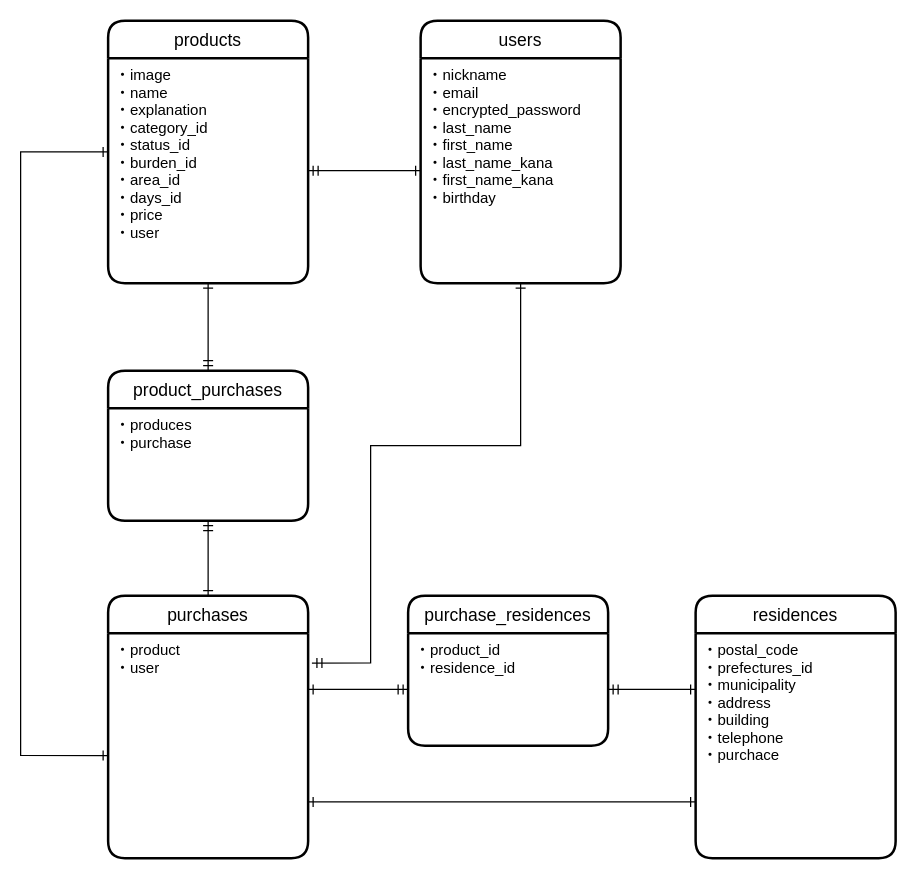
Above: furima.dio in kaito121855/furima-31701 (draw.io), before the change. Source tidied: cells renumbered, new cells numbered last; positions are measured from the earlier drawing's top-left corner, leaving out a move shared by most shapes. Both pictures are drawn from the tidied source at 125%, with x=0, y=0 at pixel (20, 20).
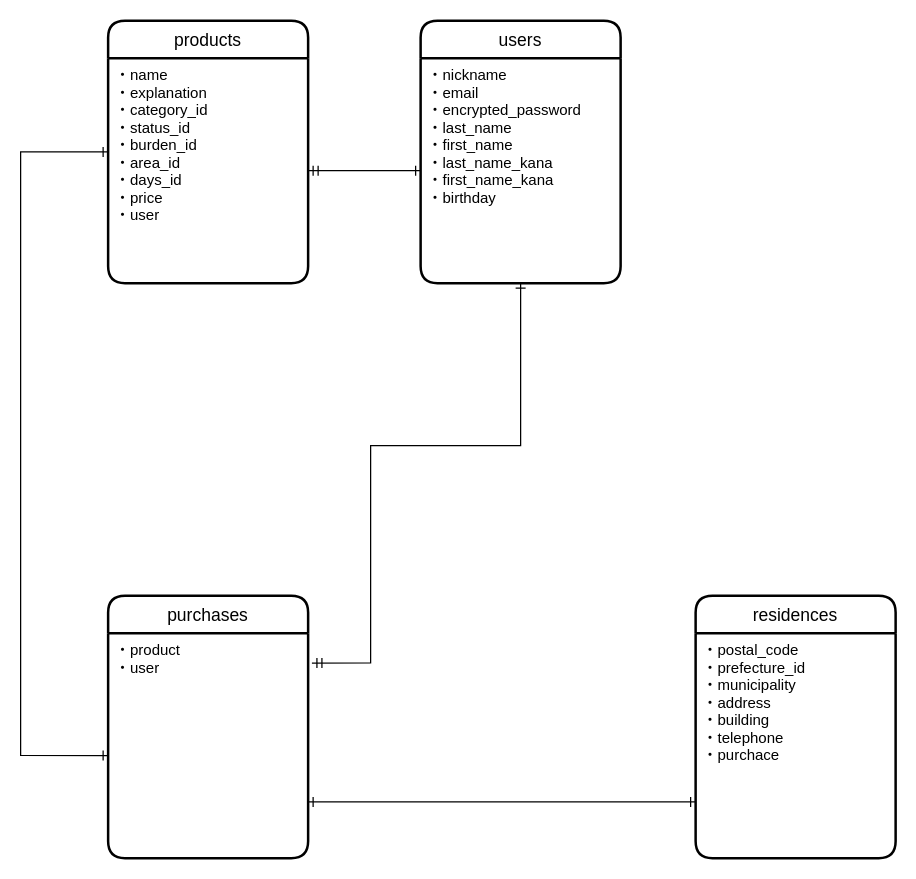
The same diagram, later.

The change refers to these unchanged cells:
```xml
<mxCell id="10" value="purchases" style="swimlane;horizontal=1;startSize=30;rounded=1;fontSize=14;fontStyle=0;strokeWidth=2;shadow=0;dashed=0;align=center;" parent="1" vertex="1">
  <mxGeometry x="70" y="460" width="160" height="210" as="geometry" />
</mxCell>
<mxCell id="11" value="・product&#10;・user&#10;" style="align=left;strokeColor=none;fillColor=none;spacingLeft=4;fontSize=12;verticalAlign=top;" parent="10" vertex="1">
  <mxGeometry y="30" width="160" height="180" as="geometry" />
</mxCell>
<mxCell id="15" value="residences" style="swimlane;horizontal=1;startSize=30;rounded=1;fontSize=14;fontStyle=0;strokeWidth=2;shadow=0;dashed=0;align=center;" parent="1" vertex="1">
  <mxGeometry x="540" y="460" width="160" height="210" as="geometry" />
</mxCell>
<mxCell id="20" value="products" style="swimlane;horizontal=1;startSize=30;rounded=1;fontSize=14;fontStyle=0;strokeWidth=2;shadow=0;dashed=0;align=center;" parent="1" vertex="1">
  <mxGeometry x="70" width="160" height="210" as="geometry" />
</mxCell>
```

Diff of the diagram source:
```diff
@@
-    <mxCell id="3" style="edgeStyle=orthogonalEdgeStyle;rounded=0;jettySize=auto;html=1;exitX=1;exitY=0.25;exitDx=0;exitDy=0;entryX=0;entryY=0.5;entryDx=0;entryDy=0;startArrow=ERone;startFill=0;endArrow=ERmandOne;endFill=0;" parent="1" edge="1" source="11" target="13">
-      <mxGeometry relative="1" as="geometry" />
-    </mxCell>
-    <mxCell id="4" style="edgeStyle=orthogonalEdgeStyle;rounded=0;jettySize=auto;html=1;exitX=1;exitY=0.5;exitDx=0;exitDy=0;entryX=0;entryY=0.25;entryDx=0;entryDy=0;startArrow=ERmandOne;startFill=0;endArrow=ERone;endFill=0;" parent="1" edge="1" source="13" target="16">
-      <mxGeometry relative="1" as="geometry" />
-    </mxCell>
-    <mxCell id="5" style="edgeStyle=orthogonalEdgeStyle;rounded=0;jettySize=auto;html=1;exitX=0.5;exitY=1;exitDx=0;exitDy=0;entryX=0.5;entryY=0;entryDx=0;entryDy=0;startArrow=ERone;startFill=0;endArrow=ERmandOne;endFill=0;" parent="1" edge="1" source="21" target="17">
-      <mxGeometry relative="1" as="geometry" />
-    </mxCell>
-    <mxCell id="6" style="edgeStyle=orthogonalEdgeStyle;rounded=0;jettySize=auto;html=1;exitX=0.5;exitY=1;exitDx=0;exitDy=0;entryX=0.5;entryY=0;entryDx=0;entryDy=0;startArrow=ERmandOne;startFill=0;endArrow=ERone;endFill=0;" parent="1" edge="1" source="18" target="10">
-      <mxGeometry relative="1" as="geometry" />
-    </mxCell>
@@
-    <mxCell id="12" value="purchase_residences" style="swimlane;horizontal=1;startSize=30;rounded=1;fontSize=14;fontStyle=0;strokeWidth=2;shadow=0;dashed=0;align=center;" parent="1" vertex="1">
-      <mxGeometry x="310" y="460" width="160" height="120" as="geometry" />
-    </mxCell>
-    <mxCell id="13" value="・product_id&#10;・residence_id&#10;" style="align=left;strokeColor=none;fillColor=none;spacingLeft=4;fontSize=12;verticalAlign=top;" parent="12" vertex="1">
-      <mxGeometry y="30" width="160" height="90" as="geometry" />
-    </mxCell>
-    <mxCell id="14" style="edgeStyle=orthogonalEdgeStyle;rounded=0;orthogonalLoop=1;jettySize=auto;html=1;exitX=0.5;exitY=1;exitDx=0;exitDy=0;startArrow=ERone;startFill=0;endArrow=ERmandOne;endFill=0;" parent="12" edge="1" source="13" target="13">
-      <mxGeometry relative="1" as="geometry" />
-    </mxCell>
@@
-    <mxCell id="16" value="・postal_code&#10;・prefectures_id&#10;・municipality&#10;・address&#10;・building&#10;・telephone&#10;・purchace&#10;" style="align=left;strokeColor=none;fillColor=none;spacingLeft=4;fontSize=12;verticalAlign=top;" parent="15" vertex="1">
+    <mxCell id="16" value="・postal_code&#10;・prefecture_id&#10;・municipality&#10;・address&#10;・building&#10;・telephone&#10;・purchace&#10;" style="align=left;strokeColor=none;fillColor=none;spacingLeft=4;fontSize=12;verticalAlign=top;" parent="15" vertex="1">
       <mxGeometry y="30" width="160" height="180" as="geometry" />
     </mxCell>
-    <mxCell id="17" value="product_purchases" style="swimlane;horizontal=1;startSize=30;rounded=1;fontSize=14;fontStyle=0;strokeWidth=2;shadow=0;dashed=0;align=center;" parent="1" vertex="1">
-      <mxGeometry x="70" y="280" width="160" height="120" as="geometry" />
-    </mxCell>
-    <mxCell id="18" value="・produces&#10;・purchase&#10;" style="align=left;strokeColor=none;fillColor=none;spacingLeft=4;fontSize=12;verticalAlign=top;" parent="17" vertex="1">
-      <mxGeometry y="30" width="160" height="90" as="geometry" />
-    </mxCell>
-    <mxCell id="19" style="edgeStyle=orthogonalEdgeStyle;rounded=0;orthogonalLoop=1;jettySize=auto;html=1;exitX=0.5;exitY=1;exitDx=0;exitDy=0;startArrow=ERone;startFill=0;endArrow=ERmandOne;endFill=0;" parent="17" edge="1" source="18" target="18">
-      <mxGeometry relative="1" as="geometry" />
-    </mxCell>
@@
-    <mxCell id="21" value="・image&#10;・name&#10;・explanation&#10;・category_id&#10;・status_id&#10;・burden_id&#10;・area_id&#10;・days_id&#10;・price&#10;・user&#10;" style="align=left;strokeColor=none;fillColor=none;spacingLeft=4;fontSize=12;verticalAlign=top;" parent="20" vertex="1">
+    <mxCell id="21" value="・name&#10;・explanation&#10;・category_id&#10;・status_id&#10;・burden_id&#10;・area_id&#10;・days_id&#10;・price&#10;・user&#10;" style="align=left;strokeColor=none;fillColor=none;spacingLeft=4;fontSize=12;verticalAlign=top;" parent="20" vertex="1">
       <mxGeometry y="30" width="160" height="180" as="geometry" />
     </mxCell>
```
